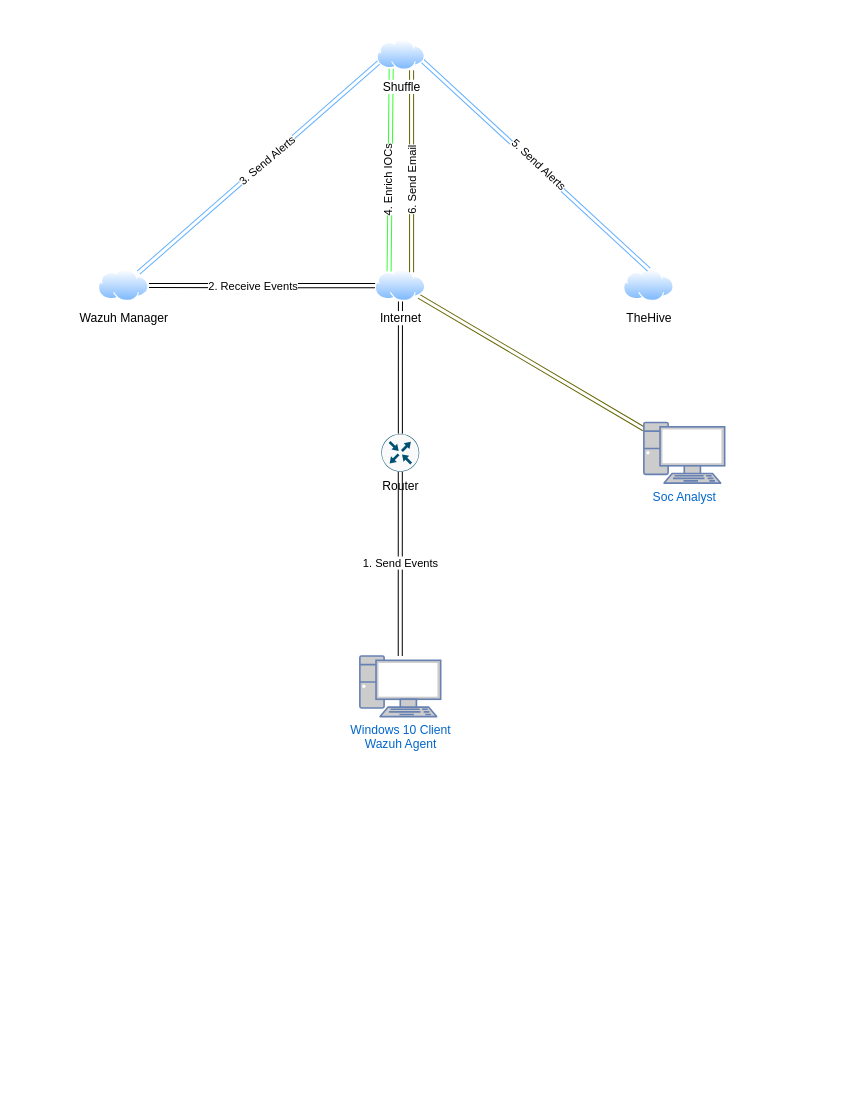
Earlier version of the draw.io diagram Diagram.drawio (bbtha/SOAR). Source tidied: cells renumbered, new cells numbered last; positions are measured from the earlier drawing's top-left corner, leaving out a move shared by most shapes. Both pictures are drawn from the tidied source at 101%, with x=0, y=0 at pixel (98, 39).
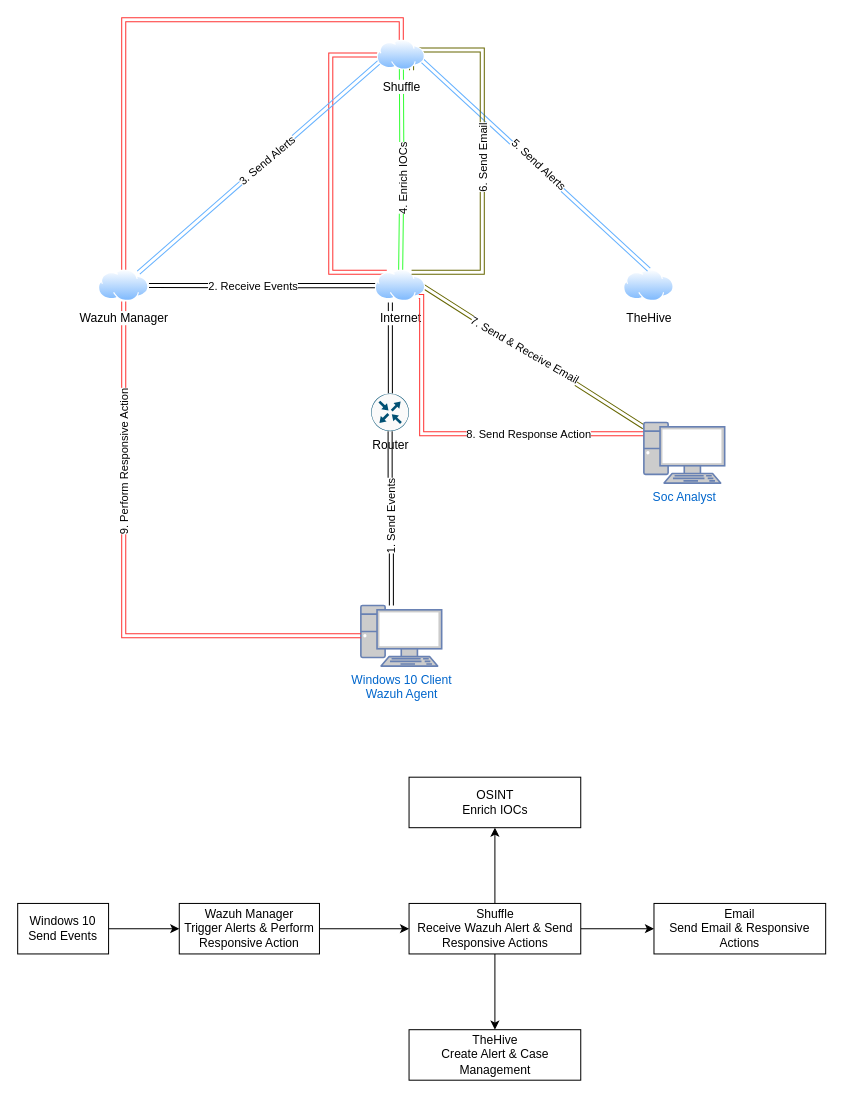
The same diagram, later.

The change refers to these unchanged cells:
```xml
<mxCell id="8" value="Internet" style="image;perimeter=ellipsePerimeter;html=1;align=center;shadow=0;dashed=0;spacingTop=3;image=img/lib/active_directory/internet_cloud.svg;" parent="1" vertex="1">
  <mxGeometry x="274" y="227.5" width="50" height="31.5" as="geometry" />
</mxCell>
<mxCell id="11" value="Wazuh Manager" style="image;perimeter=ellipsePerimeter;html=1;align=center;shadow=0;dashed=0;spacingTop=3;image=img/lib/active_directory/internet_cloud.svg;" parent="1" vertex="1">
  <mxGeometry y="227.5" width="50" height="31.5" as="geometry" />
</mxCell>
<mxCell id="19" value="Shuffle" style="image;perimeter=ellipsePerimeter;html=1;align=center;shadow=0;dashed=0;spacingTop=3;image=img/lib/active_directory/internet_cloud.svg;verticalAlign=top;horizontal=1;" parent="1" vertex="1">
  <mxGeometry x="276" width="47.6" height="30" as="geometry" />
</mxCell>
<mxCell id="20" value="Soc Analyst" style="fontColor=#0066CC;verticalAlign=top;verticalLabelPosition=bottom;labelPosition=center;align=center;html=1;outlineConnect=0;fillColor=#CCCCCC;strokeColor=#6881B3;gradientColor=none;gradientDirection=north;strokeWidth=2;shape=mxgraph.networks.pc;" parent="1" vertex="1">
  <mxGeometry x="540" y="378.8" width="80" height="60" as="geometry" />
</mxCell>
```

What changed in the source:
```diff
@@
     <mxCell id="2" value="Windows 10 Client&lt;br&gt;Wazuh Agent" style="fontColor=#0066CC;verticalAlign=top;verticalLabelPosition=bottom;labelPosition=center;align=center;html=1;outlineConnect=0;fillColor=#CCCCCC;strokeColor=#6881B3;gradientColor=none;gradientDirection=north;strokeWidth=2;shape=mxgraph.networks.pc;" parent="1" vertex="1">
-      <mxGeometry x="258.8" y="610" width="80" height="60" as="geometry" />
+      <mxGeometry x="259.8" y="560" width="80" height="60" as="geometry" />
     </mxCell>
-    <mxCell id="3" style="edgeStyle=orthogonalEdgeStyle;rounded=0;jettySize=auto;html=1;entryX=0.5;entryY=1;entryDx=0;entryDy=0;shape=link;" parent="1" edge="1" source="4" target="8">
-      <mxGeometry relative="1" as="geometry" />
+    <mxCell id="3" style="edgeStyle=orthogonalEdgeStyle;rounded=0;jettySize=auto;html=1;shape=link;" parent="1" edge="1" source="4">
+      <mxGeometry relative="1" as="geometry">
+        <mxPoint x="289" y="260" as="targetPoint" />
+        <Array as="points">
+          <mxPoint x="289" y="259" />
+        </Array>
+      </mxGeometry>
     </mxCell>
     <mxCell id="4" value="Router" style="sketch=0;points=[[0.5,0,0],[1,0.5,0],[0.5,1,0],[0,0.5,0],[0.145,0.145,0],[0.8555,0.145,0],[0.855,0.8555,0],[0.145,0.855,0]];verticalLabelPosition=bottom;html=1;verticalAlign=top;align=center;shape=mxgraph.cisco19.rect;prIcon=router;fillColor=#FAFAFA;strokeColor=#005073;" parent="1" vertex="1">
-      <mxGeometry x="280.1" y="390" width="37.5" height="37.5" as="geometry" />
+      <mxGeometry x="270" y="350" width="37.5" height="37.5" as="geometry" />
     </mxCell>
@@
-    <mxCell id="7" style="rounded=0;jettySize=auto;html=1;shape=link;strokeColor=#666600;" parent="1" edge="1" source="8" target="20">
-      <mxGeometry relative="1" as="geometry" />
+    <mxCell id="7" style="rounded=0;jettySize=auto;html=1;shape=link;strokeColor=#666600;" parent="1" edge="1" target="20">
+      <mxGeometry relative="1" as="geometry">
+        <mxPoint x="320" y="243" as="sourcePoint" />
+      </mxGeometry>
     </mxCell>
+    <mxCell id="23" value="7. Send &amp;amp; Receive Email" style="edgeLabel;html=1;align=center;verticalAlign=middle;rotation=30;" parent="7" vertex="1">
+      <mxGeometry x="-0.08" y="1" relative="1" as="geometry" />
+    </mxCell>
+    <mxCell id="24" style="edgeStyle=orthogonalEdgeStyle;rounded=0;jettySize=auto;html=1;entryX=0;entryY=0.5;entryDx=0;entryDy=0;shape=link;strokeColor=#FF3333;" parent="1" edge="1" source="8" target="19">
+      <mxGeometry relative="1" as="geometry">
+        <Array as="points">
+          <mxPoint x="230" y="230" />
+          <mxPoint x="230" y="15" />
+        </Array>
+      </mxGeometry>
+    </mxCell>
@@
+    <mxCell id="25" style="edgeStyle=orthogonalEdgeStyle;rounded=0;jettySize=auto;html=1;entryX=0;entryY=0.5;entryDx=0;entryDy=0;entryPerimeter=0;shape=link;strokeColor=#FF3333;" parent="1" edge="1" source="11" target="2">
+      <mxGeometry relative="1" as="geometry">
+        <Array as="points">
+          <mxPoint x="25" y="590" />
+        </Array>
+      </mxGeometry>
+    </mxCell>
+    <mxCell id="26" value="9. Perform Responsive Action" style="edgeLabel;html=1;align=center;verticalAlign=middle;rotation=270;" parent="25" vertex="1">
+      <mxGeometry x="-0.24" y="-1" relative="1" as="geometry">
+        <mxPoint x="1" y="-55" as="offset" />
+      </mxGeometry>
+    </mxCell>
@@
-    <mxCell id="13" style="rounded=0;jettySize=auto;html=1;shape=link;strokeColor=#33FF33;exitX=0.25;exitY=1;exitDx=0;exitDy=0;entryX=0.25;entryY=0;entryDx=0;entryDy=0;horizontal=1;" parent="1" edge="1" source="19" target="8">
-      <mxGeometry relative="1" as="geometry" />
+    <mxCell id="13" style="rounded=0;orthogonalLoop=1;jettySize=auto;html=1;shape=link;strokeColor=#33FF33;exitX=0.25;exitY=1;exitDx=0;exitDy=0;entryX=0.25;entryY=0;entryDx=0;entryDy=0;horizontal=1;edgeStyle=orthogonalEdgeStyle;" parent="1" edge="1">
+      <mxGeometry relative="1" as="geometry">
+        <mxPoint x="299.9" y="26.7" as="sourcePoint" />
+        <mxPoint x="299.2" y="227.5" as="targetPoint" />
+      </mxGeometry>
     </mxCell>
     <mxCell id="14" value="4. Enrich IOCs" style="edgeLabel;html=1;align=center;verticalAlign=middle;rotation=270;" parent="13" vertex="1">
-      <mxGeometry x="0.32" y="5" relative="1" as="geometry">
+      <mxGeometry x="0.32" y="8" relative="1" as="geometry">
         <mxPoint x="-7" y="-21" as="offset" />
       </mxGeometry>
     </mxCell>
@@
-    <mxCell id="17" style="rounded=0;orthogonalLoop=1;jettySize=auto;html=1;shape=link;strokeColor=#666600;" parent="1" edge="1">
+    <mxCell id="17" style="rounded=0;orthogonalLoop=1;jettySize=auto;html=1;shape=link;strokeColor=#666600;edgeStyle=orthogonalEdgeStyle;" parent="1" edge="1">
       <mxGeometry relative="1" as="geometry">
         <mxPoint x="310" y="30" as="sourcePoint" />
         <mxPoint x="310" y="230" as="targetPoint" />
+        <Array as="points">
+          <mxPoint x="310" y="10" />
+          <mxPoint x="380" y="10" />
+          <mxPoint x="380" y="230" />
+        </Array>
       </mxGeometry>
     </mxCell>
@@
+    <mxCell id="27" style="edgeStyle=orthogonalEdgeStyle;rounded=0;jettySize=auto;html=1;entryX=0.5;entryY=0;entryDx=0;entryDy=0;shape=link;strokeColor=#FF3333;" parent="1" edge="1" source="19" target="11">
+      <mxGeometry relative="1" as="geometry">
+        <Array as="points">
+          <mxPoint x="300" y="-20" />
+          <mxPoint x="25" y="-20" />
+        </Array>
+      </mxGeometry>
+    </mxCell>
@@
+    <mxCell id="28" style="edgeStyle=orthogonalEdgeStyle;rounded=0;jettySize=auto;html=1;entryX=1;entryY=1;entryDx=0;entryDy=0;shape=link;strokeColor=#FF3333;" parent="1" edge="1" source="20" target="8">
+      <mxGeometry relative="1" as="geometry">
+        <Array as="points">
+          <mxPoint x="320" y="390" />
+          <mxPoint x="320" y="254" />
+        </Array>
+      </mxGeometry>
+    </mxCell>
+    <mxCell id="29" value="8. Send Response Action" style="edgeLabel;html=1;align=center;verticalAlign=middle;" parent="28" vertex="1">
+      <mxGeometry x="-0.36" relative="1" as="geometry" />
+    </mxCell>
@@
     <mxCell id="21" style="edgeStyle=orthogonalEdgeStyle;rounded=0;jettySize=auto;html=1;entryX=0.5;entryY=1;entryDx=0;entryDy=0;entryPerimeter=0;startArrow=classic;startFill=1;shape=link;" parent="1" edge="1" source="2" target="4">
-      <mxGeometry relative="1" as="geometry" />
+      <mxGeometry relative="1" as="geometry">
+        <Array as="points">
+          <mxPoint x="290" y="474" />
+          <mxPoint x="289" y="474" />
+        </Array>
+      </mxGeometry>
     </mxCell>
-    <mxCell id="22" value="1. Send Events" style="edgeLabel;html=1;align=center;verticalAlign=middle;" parent="21" vertex="1">
+    <mxCell id="22" value="1. Send Events" style="edgeLabel;html=1;align=center;verticalAlign=middle;rotation=270;" parent="21" vertex="1">
       <mxGeometry x="0.01" relative="1" as="geometry">
         <mxPoint y="-1" as="offset" />
       </mxGeometry>
     </mxCell>
+    <mxCell id="30" style="edgeStyle=orthogonalEdgeStyle;rounded=0;jettySize=auto;html=1;" parent="1" edge="1" source="31" target="33">
+      <mxGeometry relative="1" as="geometry" />
+    </mxCell>
+    <mxCell id="31" value="Windows 10&lt;br&gt;Send Events" style="whiteSpace=wrap;html=1;" parent="1" vertex="1">
+      <mxGeometry x="-80" y="855" width="90" height="50" as="geometry" />
+    </mxCell>
+    <mxCell id="32" style="edgeStyle=orthogonalEdgeStyle;rounded=0;jettySize=auto;html=1;" parent="1" edge="1" source="33" target="37">
+      <mxGeometry relative="1" as="geometry" />
+    </mxCell>
+    <mxCell id="33" value="Wazuh Manager&lt;br&gt;Trigger Alerts &amp;amp; Perform Responsive Action" style="whiteSpace=wrap;html=1;" parent="1" vertex="1">
+      <mxGeometry x="80" y="855" width="138.8" height="50" as="geometry" />
+    </mxCell>
+    <mxCell id="34" style="edgeStyle=orthogonalEdgeStyle;rounded=0;jettySize=auto;html=1;" parent="1" edge="1" source="37" target="38">
+      <mxGeometry relative="1" as="geometry" />
+    </mxCell>
+    <mxCell id="35" style="edgeStyle=orthogonalEdgeStyle;rounded=0;jettySize=auto;html=1;" parent="1" edge="1" source="37" target="39">
+      <mxGeometry relative="1" as="geometry" />
+    </mxCell>
+    <mxCell id="36" style="edgeStyle=orthogonalEdgeStyle;rounded=0;jettySize=auto;html=1;" parent="1" edge="1" source="37" target="40">
+      <mxGeometry relative="1" as="geometry" />
+    </mxCell>
+    <mxCell id="37" value="Shuffle&lt;br&gt;Receive Wazuh Alert &amp;amp; Send Responsive Actions" style="whiteSpace=wrap;html=1;" parent="1" vertex="1">
+      <mxGeometry x="307.5" y="855" width="170" height="50" as="geometry" />
+    </mxCell>
+    <mxCell id="38" value="OSINT&lt;br&gt;Enrich IOCs" style="whiteSpace=wrap;html=1;" parent="1" vertex="1">
+      <mxGeometry x="307.5" y="730" width="170" height="50" as="geometry" />
+    </mxCell>
+    <mxCell id="39" value="TheHive&lt;br&gt;Create Alert &amp;amp; Case Management" style="whiteSpace=wrap;html=1;" parent="1" vertex="1">
+      <mxGeometry x="307.5" y="980" width="170" height="50" as="geometry" />
+    </mxCell>
+    <mxCell id="40" value="Email&lt;br&gt;Send Email &amp;amp; Responsive Actions" style="whiteSpace=wrap;html=1;" parent="1" vertex="1">
+      <mxGeometry x="550" y="855" width="170" height="50" as="geometry" />
+    </mxCell>
```
